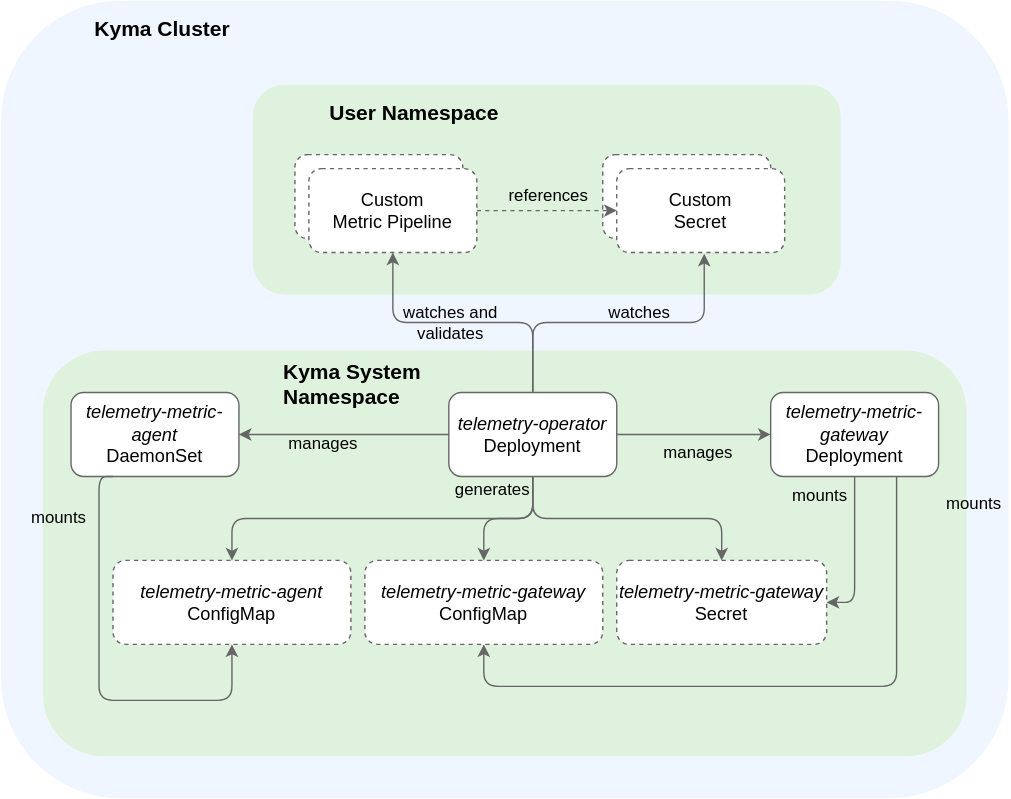
The draw.io diagram docs/user/assets/metrics-resources.drawio.svg in kyma-project/telemetry-manager, before a commit. Source tidied: cells renumbered, new cells last; positions are measured from the earlier drawing's top-left corner, leaving out a move shared by most shapes.
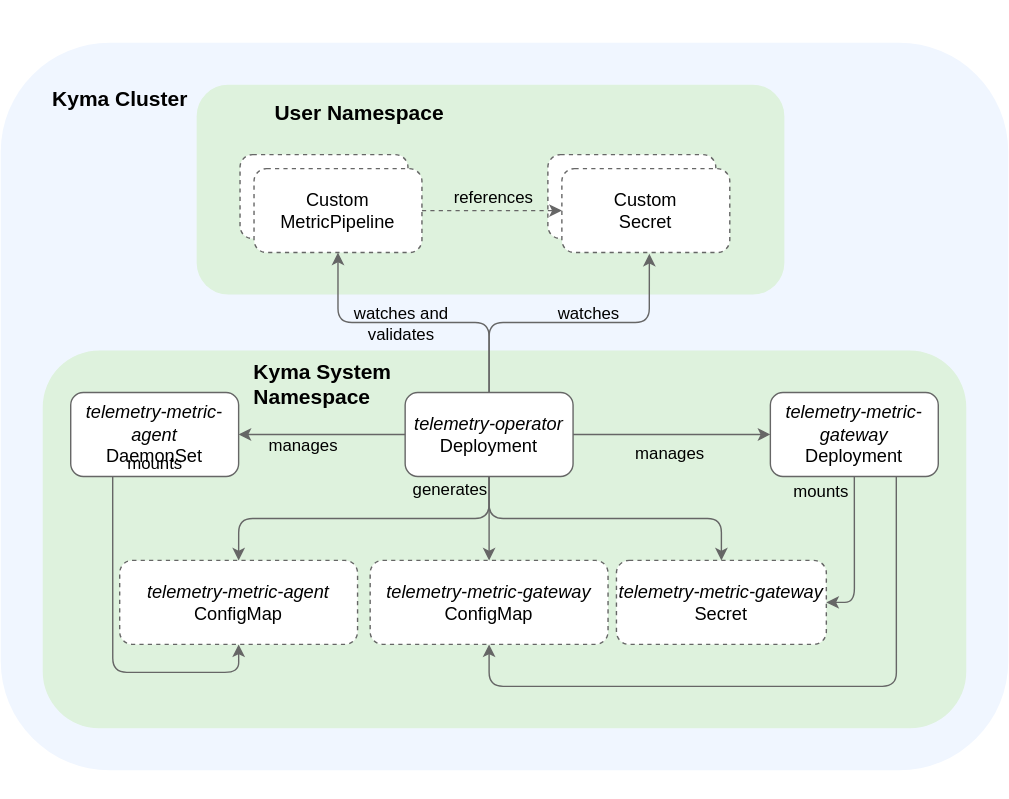
Later version of the same file.

Diff of the diagram source:
```diff
@@ -6,46 +6,46 @@
       <mxGeometry width="590" height="570" as="geometry" />
     </mxCell>
     <mxCell id="3" value="&lt;span style=&quot;color: rgba(0 , 0 , 0 , 0) ; font-family: monospace ; font-size: 0px&quot;&gt;%3CmxGraphModel%3E%3Croot%3E%3CmxCell%20id%3D%220%22%2F%3E%3CmxCell%20id%3D%221%22%20parent%3D%220%22%2F%3E%3CmxCell%20id%3D%222%22%20value%3D%22%26lt%3Bfont%20style%3D%26quot%3Bfont-size%3A%2015px%26quot%3B%26gt%3B%26lt%3Bb%26gt%3BKyma%20cluster%26lt%3B%2Fb%26gt%3B%26lt%3B%2Ffont%26gt%3B%22%20style%3D%22text%3Bhtml%3D1%3Balign%3Dcenter%3BverticalAlign%3Dmiddle%3Bresizable%3D0%3Bpoints%3D%5B%5D%3B%3Bautosize%3D1%3B%22%20vertex%3D%221%22%20parent%3D%221%22%3E%3CmxGeometry%20x%3D%22-181%22%20y%3D%22717%22%20width%3D%22110%22%20height%3D%2220%22%20as%3D%22geometry%22%2F%3E%3C%2FmxCell%3E%3C%2Froot%3E%3C%2FmxGraphModel%3E&lt;/span&gt;" style="rounded=1;whiteSpace=wrap;html=1;fillColor=#F0F6FF;verticalAlign=top;strokeColor=none;" parent="1" vertex="1">
-      <mxGeometry width="720" height="570" as="geometry" />
+      <mxGeometry y="30" width="720" height="520" as="geometry" />
     </mxCell>
     <mxCell id="4" style="rounded=1;whiteSpace=wrap;html=1;verticalAlign=top;fillColor=#DEF2DD;strokeColor=none;" parent="1" vertex="1">
-      <mxGeometry x="180" y="60" width="420" height="150" as="geometry" />
+      <mxGeometry x="140" y="60" width="420" height="150" as="geometry" />
     </mxCell>
     <mxCell id="5" value="LogPipeline&lt;br&gt;resource" style="rounded=1;whiteSpace=wrap;html=1;dashed=1;strokeColor=#666666;" parent="1" vertex="1">
-      <mxGeometry x="210" y="110" width="120" height="60" as="geometry" />
+      <mxGeometry x="171" y="110" width="120" height="60" as="geometry" />
     </mxCell>
-    <mxCell id="6" value="&lt;font style=&quot;font-size: 13px&quot;&gt;Custom&lt;br&gt;Metric Pipeline&lt;/font&gt;" style="rounded=1;whiteSpace=wrap;html=1;dashed=1;strokeColor=#666666;" parent="1" vertex="1">
-      <mxGeometry x="220" y="120" width="120" height="60" as="geometry" />
+    <mxCell id="6" value="&lt;font style=&quot;font-size: 13px&quot;&gt;Custom&lt;br&gt;MetricPipeline&lt;/font&gt;" style="rounded=1;whiteSpace=wrap;html=1;dashed=1;strokeColor=#666666;" parent="1" vertex="1">
+      <mxGeometry x="181" y="120" width="120" height="60" as="geometry" />
     </mxCell>
     <mxCell id="7" value="Secret&lt;br&gt;resource" style="rounded=1;whiteSpace=wrap;html=1;dashed=1;strokeColor=#666666;" parent="1" vertex="1">
-      <mxGeometry x="430" y="110" width="120" height="60" as="geometry" />
+      <mxGeometry x="391" y="110" width="120" height="60" as="geometry" />
     </mxCell>
     <mxCell id="8" value="&lt;font style=&quot;font-size: 13px&quot;&gt;Custom&lt;br&gt;Secret&lt;/font&gt;" style="rounded=1;whiteSpace=wrap;html=1;dashed=1;strokeColor=#666666;" parent="1" vertex="1">
-      <mxGeometry x="440" y="120" width="120" height="60" as="geometry" />
+      <mxGeometry x="401" y="120" width="120" height="60" as="geometry" />
     </mxCell>
     <mxCell id="9" style="rounded=1;whiteSpace=wrap;html=1;verticalAlign=top;fillColor=#DEF2DD;strokeColor=none;" parent="1" vertex="1">
-      <mxGeometry x="30" y="250" width="660" height="290" as="geometry" />
+      <mxGeometry x="30" y="250" width="660" height="270" as="geometry" />
     </mxCell>
     <mxCell id="10" value="&lt;font style=&quot;font-size: 15px&quot;&gt;&lt;b&gt;Kyma Cluster&lt;/b&gt;&lt;/font&gt;" style="text;html=1;align=center;verticalAlign=middle;" parent="1" vertex="1">
-      <mxGeometry x="60" y="10" width="110" height="20" as="geometry" />
+      <mxGeometry x="30" y="60" width="110" height="20" as="geometry" />
     </mxCell>
     <mxCell id="11" value="&lt;font style=&quot;font-size: 15px&quot;&gt;&lt;b&gt;User Namespace&lt;/b&gt;&lt;/font&gt;" style="text;html=1;align=center;verticalAlign=middle;" parent="1" vertex="1">
-      <mxGeometry x="225" y="70" width="140" height="20" as="geometry" />
+      <mxGeometry x="186" y="70" width="140" height="20" as="geometry" />
     </mxCell>
     <mxCell id="12" value="&lt;font style=&quot;font-size: 13px&quot;&gt;&lt;i&gt;telemetry-operator&lt;/i&gt;&lt;br&gt;Deployment&lt;/font&gt;" style="rounded=1;whiteSpace=wrap;html=1;strokeColor=#666666;" parent="1" vertex="1">
-      <mxGeometry x="320" y="280" width="120" height="60" as="geometry" />
+      <mxGeometry x="289" y="280" width="120" height="60" as="geometry" />
     </mxCell>
     <mxCell id="13" value="&lt;font&gt;&lt;div&gt;&lt;span style=&quot;font-size: 13px&quot;&gt;&lt;i&gt;telemetry-metric-gateway&lt;/i&gt;&lt;/span&gt;&lt;/div&gt;&lt;span style=&quot;font-size: 13px&quot;&gt;Deployment&lt;/span&gt;&lt;/font&gt;" style="rounded=1;whiteSpace=wrap;html=1;strokeColor=#666666;" parent="1" vertex="1">
       <mxGeometry x="550" y="280" width="120" height="60" as="geometry" />
     </mxCell>
     <mxCell id="14" value="&lt;div style=&quot;font-size: 13px&quot;&gt;&lt;i&gt;telemetry-metric-gateway&lt;/i&gt;&lt;br&gt;&lt;/div&gt;&lt;span style=&quot;font-size: 13px&quot;&gt;&lt;div&gt;&lt;span&gt;ConfigMap&lt;/span&gt;&lt;/div&gt;&lt;/span&gt;" style="rounded=1;whiteSpace=wrap;html=1;dashed=1;align=center;strokeColor=#666666;" parent="1" vertex="1">
-      <mxGeometry x="260" y="400" width="170" height="60" as="geometry" />
+      <mxGeometry x="264" y="400" width="170" height="60" as="geometry" />
     </mxCell>
     <mxCell id="15" value="&lt;font&gt;&lt;div&gt;&lt;span style=&quot;font-size: 13px&quot;&gt;&lt;i&gt;telemetry-metric-gateway&lt;/i&gt;&lt;/span&gt;&lt;/div&gt;&lt;span style=&quot;font-size: 13px&quot;&gt;Secret&lt;/span&gt;&lt;/font&gt;" style="rounded=1;whiteSpace=wrap;html=1;dashed=1;strokeColor=#666666;" parent="1" vertex="1">
       <mxGeometry x="440" y="400" width="150" height="60" as="geometry" />
     </mxCell>
     <mxCell id="16" value="&lt;b style=&quot;color: rgb(0 , 0 , 0) ; font-family: &amp;#34;helvetica&amp;#34; ; font-size: 15px ; font-style: normal ; letter-spacing: normal ; text-align: center ; text-indent: 0px ; text-transform: none ; word-spacing: 0px&quot;&gt;Kyma System&lt;br&gt;Namespace&lt;/b&gt;" style="text;whiteSpace=wrap;html=1;" parent="1" vertex="1">
-      <mxGeometry x="200" y="250" width="110" height="50" as="geometry" />
+      <mxGeometry x="179" y="250" width="110" height="50" as="geometry" />
     </mxCell>
     <mxCell id="17" style="edgeStyle=orthogonalEdgeStyle;html=1;entryX=0.5;entryY=0;entryDx=0;entryDy=0;startArrow=classic;startFill=1;endArrow=none;endFill=0;strokeColor=#666666;" parent="1" edge="1" source="6" target="12">
       <mxGeometry relative="1" as="geometry" />
@@ -76,7 +76,7 @@
     </mxCell>
     <mxCell id="24" value="&lt;font style=&quot;font-size: 12px&quot;&gt;manages&lt;/font&gt;" style="edgeLabel;html=1;align=center;verticalAlign=middle;labelBackgroundColor=none;" parent="23" vertex="1">
       <mxGeometry x="-0.14" y="3" relative="1" as="geometry">
-        <mxPoint x="-5" y="10" as="offset" />
+        <mxPoint x="-13" y="10" as="offset" />
       </mxGeometry>
     </mxCell>
     <mxCell id="25" style="edgeStyle=orthogonalEdgeStyle;html=1;entryX=0.5;entryY=1;entryDx=0;entryDy=0;startArrow=classic;startFill=1;endArrow=none;endFill=0;strokeColor=#666666;exitX=0.5;exitY=0;exitDx=0;exitDy=0;" parent="1" edge="1" source="15" target="12">
@@ -85,14 +85,13 @@
     <mxCell id="26" style="edgeStyle=orthogonalEdgeStyle;html=1;startArrow=classic;startFill=1;endArrow=none;endFill=0;strokeColor=#666666;entryX=0.5;entryY=1;entryDx=0;entryDy=0;exitX=0.5;exitY=0;exitDx=0;exitDy=0;" parent="1" edge="1" source="14" target="12">
       <mxGeometry relative="1" as="geometry">
         <Array as="points">
-          <mxPoint x="345" y="370" />
-          <mxPoint x="380" y="370" />
+          <mxPoint x="349" y="340" />
         </Array>
       </mxGeometry>
     </mxCell>
     <mxCell id="27" value="&lt;font style=&quot;font-size: 12px&quot;&gt;generates&lt;/font&gt;" style="edgeLabel;html=1;align=center;verticalAlign=middle;labelBackgroundColor=none;" parent="26" vertex="1">
       <mxGeometry x="0.01" y="3" relative="1" as="geometry">
-        <mxPoint x="-13" y="-17" as="offset" />
+        <mxPoint x="-26" y="-20" as="offset" />
       </mxGeometry>
     </mxCell>
     <mxCell id="28" style="edgeStyle=orthogonalEdgeStyle;html=1;exitX=1;exitY=0.5;exitDx=0;exitDy=0;startArrow=classic;startFill=1;endArrow=none;endFill=0;strokeColor=#666666;entryX=0.5;entryY=1;entryDx=0;entryDy=0;" parent="1" edge="1" source="15" target="13">
@@ -104,26 +103,21 @@
     </mxCell>
     <mxCell id="29" value="&lt;font style=&quot;font-size: 12px&quot;&gt;mounts&lt;/font&gt;" style="edgeLabel;html=1;align=center;verticalAlign=middle;labelBackgroundColor=none;" parent="28" vertex="1">
       <mxGeometry x="-0.4" relative="1" as="geometry">
-        <mxPoint x="-25" y="-64" as="offset" />
+        <mxPoint x="-25" y="-67" as="offset" />
       </mxGeometry>
     </mxCell>
     <mxCell id="30" style="edgeStyle=orthogonalEdgeStyle;html=1;entryX=0.75;entryY=1;entryDx=0;entryDy=0;startArrow=classic;startFill=1;endArrow=none;endFill=0;strokeColor=#666666;exitX=0.5;exitY=1;exitDx=0;exitDy=0;" parent="1" edge="1" source="14" target="13">
       <mxGeometry relative="1" as="geometry">
         <Array as="points">
-          <mxPoint x="345" y="490" />
+          <mxPoint x="349" y="490" />
           <mxPoint x="640" y="490" />
         </Array>
       </mxGeometry>
     </mxCell>
-    <mxCell id="31" value="&lt;font style=&quot;font-size: 12px&quot;&gt;mounts&lt;/font&gt;" style="edgeLabel;html=1;align=center;verticalAlign=middle;labelBackgroundColor=none;" parent="30" vertex="1">
-      <mxGeometry x="-0.14" y="3" relative="1" as="geometry">
-        <mxPoint x="176" y="-127" as="offset" />
-      </mxGeometry>
-    </mxCell>
     <mxCell id="32" value="&lt;font&gt;&lt;div&gt;&lt;span style=&quot;font-size: 13px&quot;&gt;&lt;i&gt;telemetry-metric-agent&lt;/i&gt;&lt;/span&gt;&lt;/div&gt;&lt;span style=&quot;font-size: 13px&quot;&gt;DaemonSet&lt;/span&gt;&lt;/font&gt;" style="rounded=1;whiteSpace=wrap;html=1;strokeColor=#666666;" parent="1" vertex="1">
       <mxGeometry x="50" y="280" width="120" height="60" as="geometry" />
     </mxCell>
-    <mxCell id="33" style="edgeStyle=orthogonalEdgeStyle;html=1;entryX=0;entryY=0.5;entryDx=0;entryDy=0;startArrow=classic;startFill=1;endArrow=none;endFill=0;strokeColor=#666666;" parent="1" edge="1" source="32" target="12">
+    <mxCell id="33" style="edgeStyle=orthogonalEdgeStyle;html=1;entryX=0;entryY=0.5;entryDx=0;entryDy=0;startArrow=classic;startFill=1;endArrow=none;endFill=0;strokeColor=#666666;exitX=1;exitY=0.5;exitDx=0;exitDy=0;" parent="1" edge="1" source="32" target="12">
       <mxGeometry relative="1" as="geometry" />
     </mxCell>
     <mxCell id="34" value="&lt;font style=&quot;font-size: 12px&quot;&gt;manages&lt;/font&gt;" style="edgeLabel;html=1;align=center;verticalAlign=middle;labelBackgroundColor=none;" parent="33" vertex="1">
@@ -132,28 +126,26 @@
       </mxGeometry>
     </mxCell>
     <mxCell id="35" value="&lt;div style=&quot;font-size: 13px&quot;&gt;&lt;i&gt;telemetry-metric-agent&lt;/i&gt;&lt;br&gt;&lt;/div&gt;&lt;span style=&quot;font-size: 13px&quot;&gt;&lt;div&gt;&lt;span&gt;ConfigMap&lt;/span&gt;&lt;/div&gt;&lt;/span&gt;" style="rounded=1;whiteSpace=wrap;html=1;dashed=1;align=center;strokeColor=#666666;" parent="1" vertex="1">
-      <mxGeometry x="80" y="400" width="170" height="60" as="geometry" />
+      <mxGeometry x="85" y="400" width="170" height="60" as="geometry" />
     </mxCell>
     <mxCell id="36" style="edgeStyle=orthogonalEdgeStyle;html=1;entryX=0.25;entryY=1;entryDx=0;entryDy=0;startArrow=classic;startFill=1;endArrow=none;endFill=0;strokeColor=#666666;exitX=0.5;exitY=1;exitDx=0;exitDy=0;" parent="1" edge="1" source="35" target="32">
       <mxGeometry relative="1" as="geometry">
         <Array as="points">
-          <mxPoint x="165" y="500" />
-          <mxPoint x="70" y="500" />
-          <mxPoint x="70" y="340" />
+          <mxPoint x="170" y="480" />
+          <mxPoint x="80" y="480" />
         </Array>
       </mxGeometry>
     </mxCell>
     <mxCell id="37" value="&lt;font style=&quot;font-size: 12px&quot;&gt;mounts&lt;/font&gt;" style="edgeLabel;html=1;align=center;verticalAlign=middle;labelBackgroundColor=none;" parent="36" vertex="1">
       <mxGeometry x="-0.14" y="3" relative="1" as="geometry">
-        <mxPoint x="-34" y="-133" as="offset" />
+        <mxPoint x="26" y="-153" as="offset" />
       </mxGeometry>
     </mxCell>
-    <mxCell id="38" style="edgeStyle=orthogonalEdgeStyle;html=1;startArrow=classic;startFill=1;endArrow=none;endFill=0;strokeColor=#666666;exitX=0.5;exitY=0;exitDx=0;exitDy=0;" parent="1" edge="1" source="35">
+    <mxCell id="38" style="edgeStyle=orthogonalEdgeStyle;html=1;startArrow=classic;startFill=1;endArrow=none;endFill=0;strokeColor=#666666;exitX=0.5;exitY=0;exitDx=0;exitDy=0;entryX=0.5;entryY=1;entryDx=0;entryDy=0;" parent="1" edge="1" source="35" target="12">
       <mxGeometry relative="1" as="geometry">
-        <mxPoint x="380" y="340" as="targetPoint" />
         <Array as="points">
-          <mxPoint x="165" y="370" />
-          <mxPoint x="380" y="370" />
+          <mxPoint x="170" y="370" />
+          <mxPoint x="349" y="370" />
         </Array>
       </mxGeometry>
     </mxCell>
```
